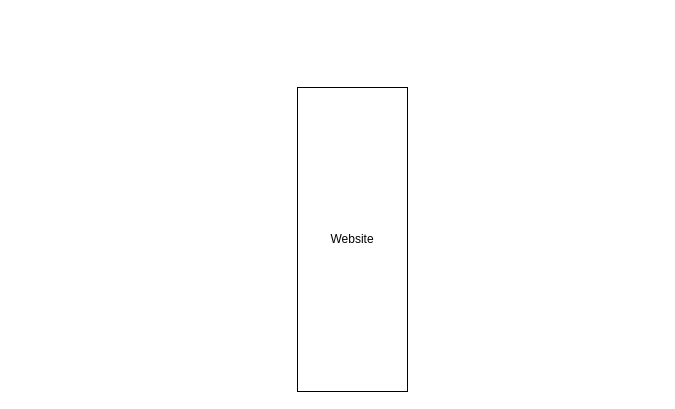
Above: page "Biểu đồ luồng dữ liệu mức ngữ cảnh" (3 of 4) of bai3.drawio in Clow295/Clow295 (draw.io), before the change. Source tidied: cells renumbered, new cells numbered last; positions are measured from the earlier drawing's top-left corner, leaving out a move shared by most shapes. Both pictures are drawn from the tidied source at 100%, with x=0, y=0 at pixel (297, 87).
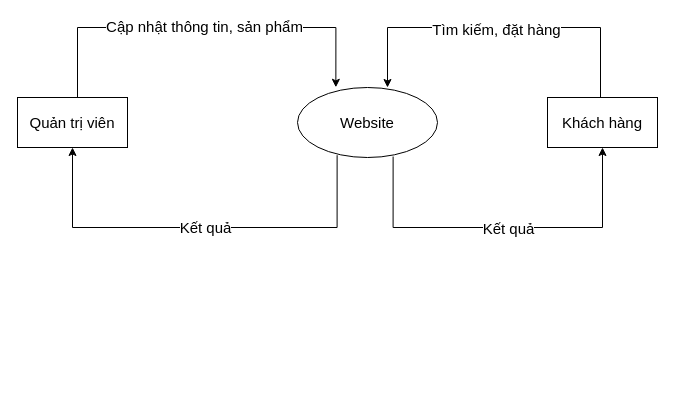
The same page after the edit.

What changed in the source:
```diff
@@
+    <mxCell id="3" style="edgeStyle=orthogonalEdgeStyle;rounded=0;jettySize=auto;html=1;entryX=0.5;entryY=1;entryDx=0;entryDy=0;fontSize=15;exitX=0.283;exitY=0.967;exitDx=0;exitDy=0;exitPerimeter=0;" parent="1" edge="1" source="2" target="7">
+      <mxGeometry relative="1" as="geometry">
+        <Array as="points">
+          <mxPoint x="40" y="140" />
+          <mxPoint x="-225" y="140" />
+        </Array>
+      </mxGeometry>
+    </mxCell>
+    <mxCell id="4" value="Kết quả" style="edgeLabel;html=1;align=center;verticalAlign=middle;fontSize=15;" parent="3" vertex="1">
+      <mxGeometry x="-0.02" y="-1" relative="1" as="geometry" />
+    </mxCell>
+    <mxCell id="5" style="edgeStyle=orthogonalEdgeStyle;rounded=0;jettySize=auto;html=1;entryX=0.5;entryY=1;entryDx=0;entryDy=0;exitX=0.683;exitY=0.986;exitDx=0;exitDy=0;fontSize=15;exitPerimeter=0;" parent="1" edge="1" source="2" target="8">
+      <mxGeometry relative="1" as="geometry">
+        <Array as="points">
+          <mxPoint x="96" y="140" />
+          <mxPoint x="305" y="140" />
+        </Array>
+      </mxGeometry>
+    </mxCell>
+    <mxCell id="6" value="Kết quả" style="edgeLabel;html=1;align=center;verticalAlign=middle;fontSize=15;" parent="5" vertex="1">
+      <mxGeometry x="0.03" relative="1" as="geometry" />
+    </mxCell>
-    <mxCell id="2" value="Website" style="html=1;whiteSpace=wrap;" parent="1" vertex="1">
-      <mxGeometry width="110" height="304" as="geometry" />
+    <mxCell id="2" value="Website" style="ellipse;whiteSpace=wrap;html=1;fontSize=15;rounded=0;" parent="1" vertex="1">
+      <mxGeometry width="140" height="70" as="geometry" />
     </mxCell>
+    <mxCell id="7" value="&lt;font style=&quot;font-size: 15px;&quot;&gt;Quản trị viên&lt;/font&gt;" style="html=1;whiteSpace=wrap;fontSize=15;" parent="1" vertex="1">
+      <mxGeometry x="-280" y="10" width="110" height="50" as="geometry" />
+    </mxCell>
+    <mxCell id="8" value="&lt;font style=&quot;font-size: 15px;&quot;&gt;Khách hàng&lt;/font&gt;" style="html=1;whiteSpace=wrap;fontSize=15;" parent="1" vertex="1">
+      <mxGeometry x="250" y="10" width="110" height="50" as="geometry" />
+    </mxCell>
+    <mxCell id="9" style="edgeStyle=orthogonalEdgeStyle;rounded=0;jettySize=auto;html=1;entryX=0.274;entryY=-0.003;entryDx=0;entryDy=0;entryPerimeter=0;fontSize=15;" parent="1" edge="1" source="7" target="2">
+      <mxGeometry relative="1" as="geometry">
+        <Array as="points">
+          <mxPoint x="-220" y="-60" />
+          <mxPoint x="38" y="-60" />
+        </Array>
+      </mxGeometry>
+    </mxCell>
+    <mxCell id="10" value="Cập nhật thông tin, sản phẩm" style="edgeLabel;html=1;align=center;verticalAlign=middle;fontSize=15;" parent="9" vertex="1">
+      <mxGeometry x="-0.05" y="2" relative="1" as="geometry">
+        <mxPoint x="12" as="offset" />
+      </mxGeometry>
+    </mxCell>
+    <mxCell id="11" style="edgeStyle=orthogonalEdgeStyle;rounded=0;orthogonalLoop=1;jettySize=auto;html=1;entryX=0.274;entryY=-0.003;entryDx=0;entryDy=0;entryPerimeter=0;fontSize=15;" parent="1" edge="1">
+      <mxGeometry relative="1" as="geometry">
+        <mxPoint x="303" y="10" as="sourcePoint" />
+        <mxPoint x="90" as="targetPoint" />
+        <Array as="points">
+          <mxPoint x="303" y="-60" />
+          <mxPoint x="90" y="-60" />
+        </Array>
+      </mxGeometry>
+    </mxCell>
+    <mxCell id="12" value="Tìm kiếm, đặt hàng" style="edgeLabel;html=1;align=center;verticalAlign=middle;fontSize=15;" parent="11" vertex="1">
+      <mxGeometry x="0.02" y="1" relative="1" as="geometry" />
+    </mxCell>
```
